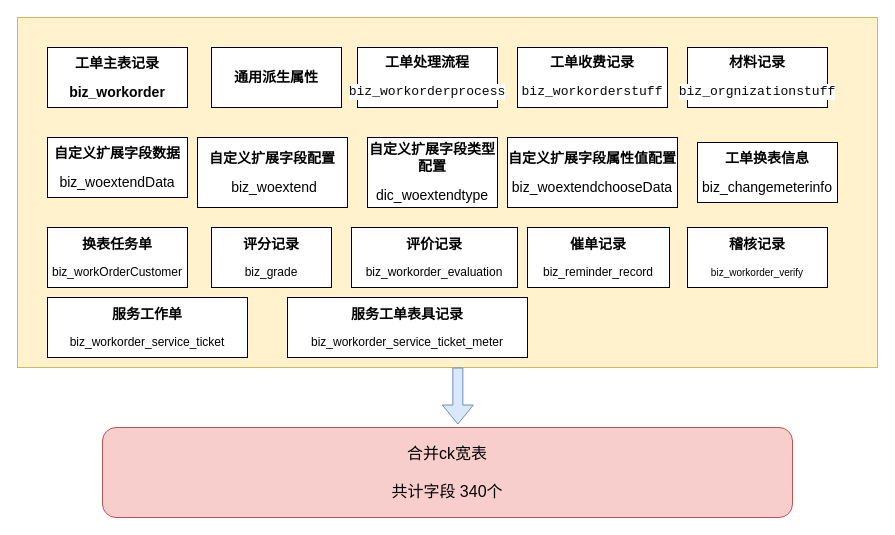
Earlier version of the draw.io diagram 未命名绘图.drawio (flynnxin0730/test). Source tidied: cells renumbered, new cells numbered last; positions are measured from the earlier drawing's top-left corner, leaving out a move shared by most shapes. Both pictures are drawn from the tidied source at 100%, with x=0, y=0 at pixel (17, 17).
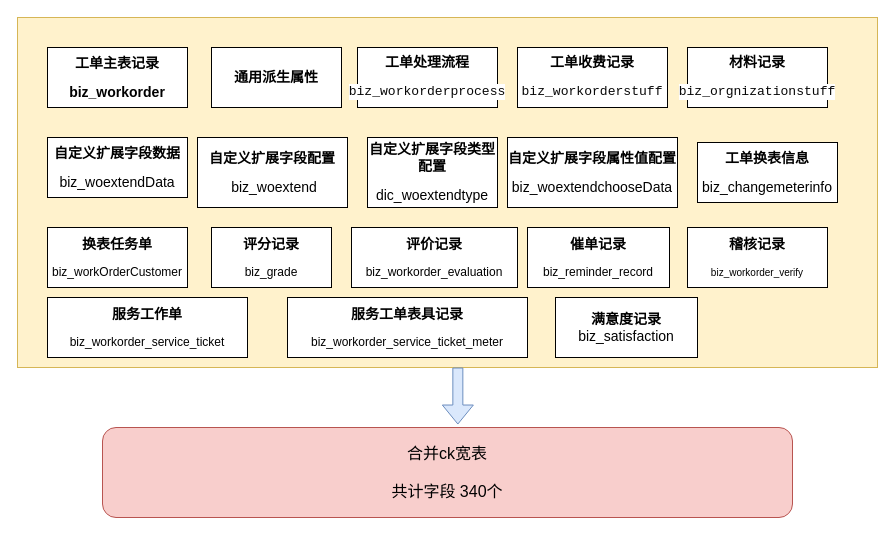
Above is the later version.

Commit message:
更新未命名绘图.drawio

The edit, as a diff of the source:
```diff
@@
+    <mxCell id="22" value="&lt;p class=&quot;MsoNormal&quot;&gt;&lt;b&gt;&lt;span style=&quot;font-family: 宋体; font-size: 10.5pt;&quot;&gt;满意度记录&lt;/span&gt;&lt;/b&gt;&lt;span style=&quot;font-family: Calibri; font-size: 10.5pt; background-color: initial;&quot;&gt;biz_satisfaction&lt;/span&gt;&lt;/p&gt;" style="rounded=0;whiteSpace=wrap;html=1;" parent="1" vertex="1">
+      <mxGeometry x="538" y="280" width="142" height="60" as="geometry" />
+    </mxCell>
```
